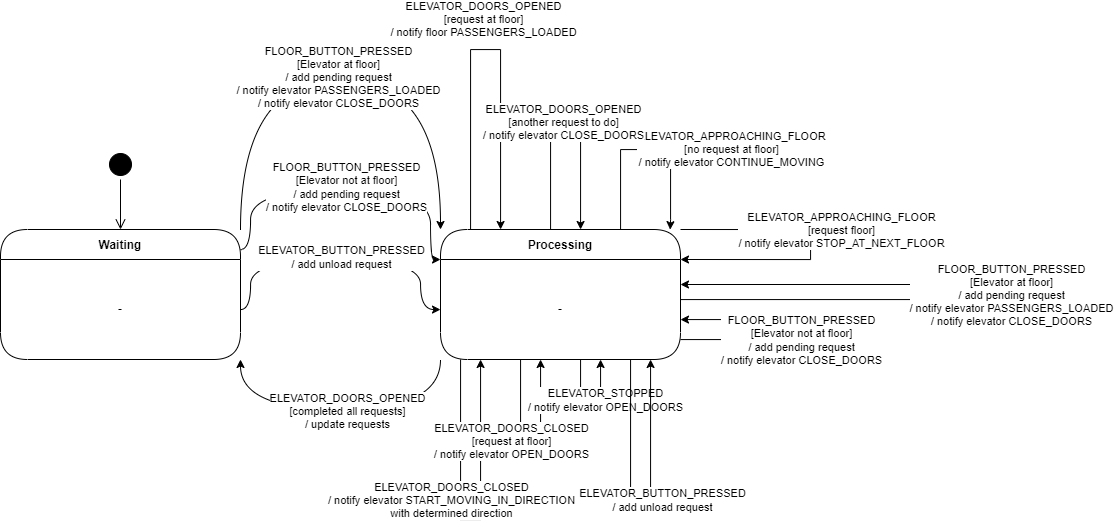
Before: UML_Diagrams/UML_State_Diagram-Scheduler.drawio.png, a diagram exported from draw.io (robsim378/sysc_3303_project). Source tidied: cells renumbered, new cells last; positions are measured from the earlier drawing's top-left corner, leaving out a move shared by most shapes.
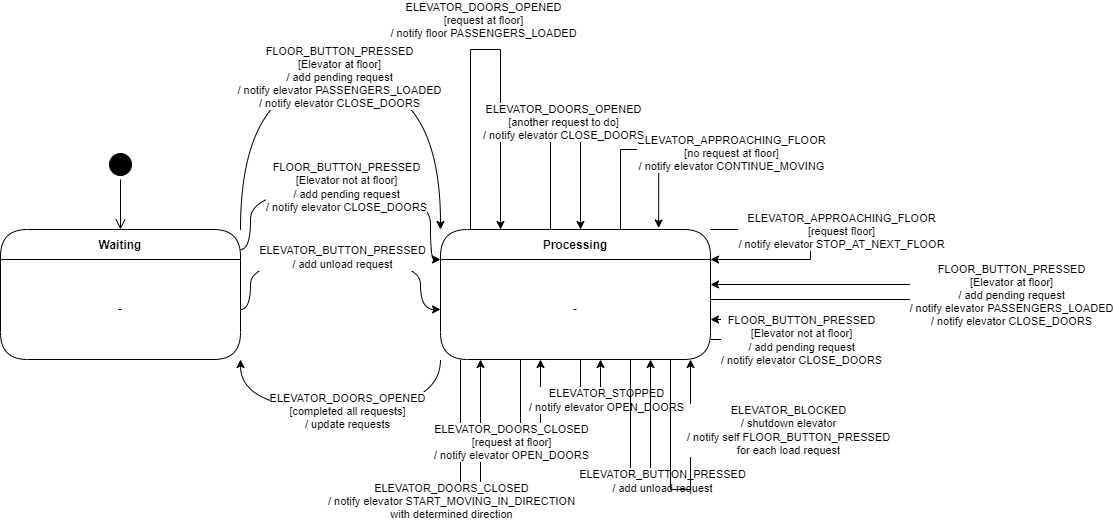
After the commit.

Commit message:
Updated state diagrams

The edit, as a diff of the source:
```diff
@@ -47,10 +47,10 @@
       </mxGeometry>
     </mxCell>
     <mxCell id="10" value="Processing" style="swimlane;fontStyle=1;align=center;verticalAlign=middle;horizontal=1;startSize=30;fontColor=#000000;rounded=1;arcSize=30;strokeColor=#000000;fillColor=#FFFFFF;swimlaneFillColor=#FFFFFF;" parent="1" vertex="1">
-      <mxGeometry x="440" y="180" width="240" height="130" as="geometry" />
+      <mxGeometry x="440" y="180" width="270" height="130" as="geometry" />
     </mxCell>
     <mxCell id="11" value="-" style="text;html=1;strokeColor=none;fillColor=none;align=center;verticalAlign=middle;spacingLeft=4;spacingRight=4;whiteSpace=wrap;overflow=hidden;fontColor=#000000;" parent="10" vertex="1">
-      <mxGeometry y="30" width="240" height="100" as="geometry" />
+      <mxGeometry y="30" width="270" height="100" as="geometry" />
     </mxCell>
     <mxCell id="12" style="edgeStyle=orthogonalEdgeStyle;rounded=0;jettySize=auto;html=1;exitX=1;exitY=0;exitDx=0;exitDy=0;entryX=1;entryY=0;entryDx=0;entryDy=0;" parent="10" edge="1" source="10" target="11">
       <mxGeometry relative="1" as="geometry">
@@ -78,12 +78,11 @@
         <mxPoint x="90" y="2" as="offset" />
       </mxGeometry>
     </mxCell>
-    <mxCell id="16" style="edgeStyle=orthogonalEdgeStyle;rounded=0;orthogonalLoop=1;jettySize=auto;html=1;entryX=0.957;entryY=0.001;entryDx=0;entryDy=0;entryPerimeter=0;" parent="1" edge="1" source="10" target="10">
+    <mxCell id="16" style="edgeStyle=orthogonalEdgeStyle;rounded=0;orthogonalLoop=1;jettySize=auto;html=1;entryX=0.808;entryY=-0.012;entryDx=0;entryDy=0;entryPerimeter=0;" parent="1" edge="1" source="10" target="10">
       <mxGeometry relative="1" as="geometry">
         <Array as="points">
           <mxPoint x="620" y="100" />
-          <mxPoint x="670" y="100" />
-          <mxPoint x="670" y="170" />
+          <mxPoint x="658" y="100" />
         </Array>
       </mxGeometry>
     </mxCell>
@@ -197,7 +196,7 @@
     </mxCell>
     <mxCell id="33" value="ELEVATOR_BUTTON_PRESSED&lt;br style=&quot;border-color: var(--border-color);&quot;&gt;/ add unload request" style="edgeLabel;html=1;align=center;verticalAlign=middle;" parent="32" vertex="1">
       <mxGeometry x="0.07" y="1" relative="1" as="geometry">
-        <mxPoint x="12" y="11" as="offset" />
+        <mxPoint x="12" y="-9" as="offset" />
       </mxGeometry>
     </mxCell>
     <mxCell id="34" style="ellipse;html=1;shape=startState;fillColor=#000000;strokeColor=#000000;" parent="1" vertex="1">
@@ -206,5 +205,20 @@
     <mxCell id="35" style="edgeStyle=orthogonalEdgeStyle;html=1;verticalAlign=bottom;endArrow=open;endSize=8;strokeColor=#000000;rounded=0;entryX=0.5;entryY=0;entryDx=0;entryDy=0;" parent="1" edge="1" source="34" target="4">
       <mxGeometry relative="1" as="geometry" />
     </mxCell>
+    <mxCell id="36" style="edgeStyle=orthogonalEdgeStyle;rounded=0;orthogonalLoop=1;jettySize=auto;html=1;" parent="1" edge="1">
+      <mxGeometry relative="1" as="geometry">
+        <mxPoint x="670" y="310" as="sourcePoint" />
+        <mxPoint x="690" y="310" as="targetPoint" />
+        <Array as="points">
+          <mxPoint x="670" y="440" />
+          <mxPoint x="690" y="440" />
+        </Array>
+      </mxGeometry>
+    </mxCell>
+    <mxCell id="37" value="ELEVATOR_BLOCKED&lt;br&gt;/ shutdown elevator&lt;br&gt;/ notify self FLOOR_BUTTON_PRESSED&lt;br&gt;for each load request" style="edgeLabel;html=1;align=center;verticalAlign=middle;" parent="36" vertex="1">
+      <mxGeometry x="0.07" y="1" relative="1" as="geometry">
+        <mxPoint x="98" y="-60" as="offset" />
+      </mxGeometry>
+    </mxCell>
   </root>
 </mxGraphModel>
```
